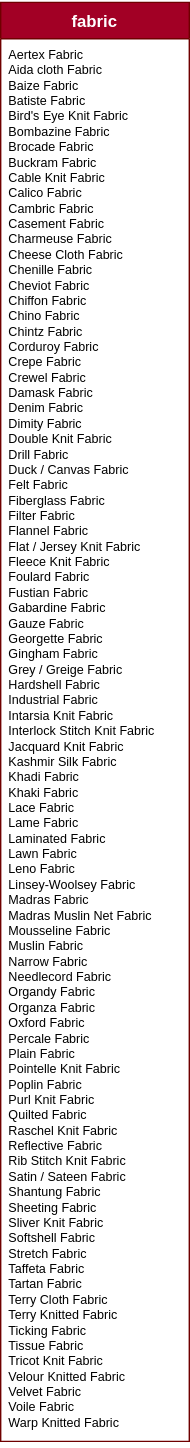
This is figures/fabric_class.svg from morawi/ddoif, a draw.io export, as it was before one commit. Source tidied: cells renumbered, new cells last; positions are measured from the earlier drawing's top-left corner, leaving out a move shared by most shapes. Source of this version:
```xml
<mxGraphModel>
  <root>
    <mxCell id="0" />
    <mxCell id="1" parent="0" />
    <mxCell id="2" value="fabric" style="swimlane;fontStyle=1;align=center;verticalAlign=top;horizontal=1;startSize=26;rounded=0;shadow=0;strokeWidth=1;fillColor=#a20025;strokeColor=#6F0000;fontColor=#ffffff;" parent="1" vertex="1">
      <mxGeometry width="135" height="1030" as="geometry" />
    </mxCell>
    <mxCell id="3" value="Aertex Fabric&#10;Aida cloth Fabric&#10;Baize Fabric&#10;Batiste Fabric&#10;Bird's Eye Knit Fabric&#10;Bombazine Fabric&#10;Brocade Fabric&#10;Buckram Fabric&#10;Cable Knit Fabric&#10;Calico Fabric&#10;Cambric Fabric&#10;Casement Fabric&#10;Charmeuse Fabric&#10;Cheese Cloth Fabric&#10;Chenille Fabric&#10;Cheviot Fabric&#10;Chiffon Fabric&#10;Chino Fabric&#10;Chintz Fabric&#10;Corduroy Fabric&#10;Crepe Fabric&#10;Crewel Fabric&#10;Damask Fabric&#10;Denim Fabric&#10;Dimity Fabric&#10;Double Knit Fabric&#10;Drill Fabric&#10;Duck / Canvas Fabric&#10;Felt Fabric&#10;Fiberglass Fabric&#10;Filter Fabric&#10;Flannel Fabric&#10;Flat / Jersey Knit Fabric&#10;Fleece Knit Fabric&#10;Foulard Fabric&#10;Fustian Fabric&#10;Gabardine Fabric&#10;Gauze Fabric&#10;Georgette Fabric&#10;Gingham Fabric&#10;Grey / Greige Fabric&#10;Hardshell Fabric&#10;Industrial Fabric&#10;Intarsia Knit Fabric&#10;Interlock Stitch Knit Fabric&#10;Jacquard Knit Fabric&#10;Kashmir Silk Fabric&#10;Khadi Fabric&#10;Khaki Fabric&#10;Lace Fabric&#10;Lame Fabric&#10;Laminated Fabric&#10;Lawn Fabric&#10;Leno Fabric&#10;Linsey-Woolsey Fabric&#10;Madras Fabric&#10;Madras Muslin Net Fabric&#10;Mousseline Fabric&#10;Muslin Fabric&#10;Narrow Fabric&#10;Needlecord Fabric&#10;Organdy Fabric&#10;Organza Fabric&#10;Oxford Fabric&#10;Percale Fabric&#10;Plain Fabric&#10;Pointelle Knit Fabric&#10;Poplin Fabric&#10;Purl Knit Fabric&#10;Quilted Fabric&#10;Raschel Knit Fabric&#10;Reflective Fabric&#10;Rib Stitch Knit Fabric&#10;Satin / Sateen Fabric&#10;Shantung Fabric&#10;Sheeting Fabric&#10;Sliver Knit Fabric&#10;Softshell Fabric&#10;Stretch Fabric&#10;Taffeta Fabric&#10;Tartan Fabric&#10;Terry Cloth Fabric&#10;Terry Knitted Fabric&#10;Ticking Fabric&#10;Tissue Fabric&#10;Tricot Knit Fabric&#10;Velour Knitted Fabric&#10;Velvet Fabric&#10;Voile Fabric&#10;Warp Knitted Fabric" style="text;align=left;verticalAlign=top;spacingLeft=4;spacingRight=4;overflow=hidden;fontSize=9;" parent="2" vertex="1">
      <mxGeometry y="26" width="135" height="1004" as="geometry" />
    </mxCell>
  </root>
</mxGraphModel>
```
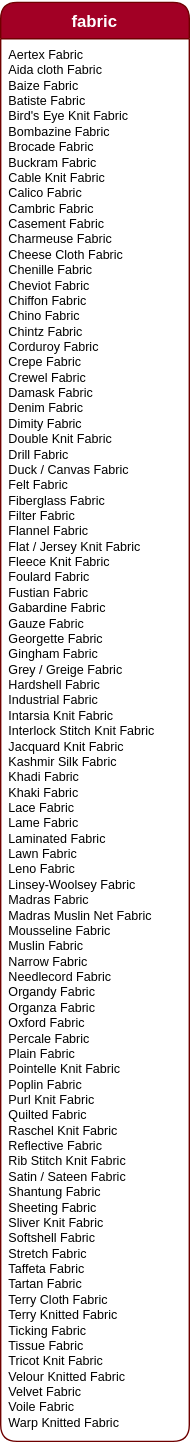
The same file after the commit.

Diff of the diagram source:
```diff
@@ -2,7 +2,7 @@
   <root>
     <mxCell id="0" />
     <mxCell id="1" parent="0" />
-    <mxCell id="2" value="fabric" style="swimlane;fontStyle=1;align=center;verticalAlign=top;horizontal=1;startSize=26;rounded=0;shadow=0;strokeWidth=1;fillColor=#a20025;strokeColor=#6F0000;fontColor=#ffffff;" parent="1" vertex="1">
+    <mxCell id="2" value="fabric" style="swimlane;fontStyle=1;align=center;verticalAlign=top;horizontal=1;startSize=26;rounded=1;shadow=0;strokeWidth=1;fillColor=#a20025;strokeColor=#6F0000;fontColor=#ffffff;" parent="1" vertex="1">
       <mxGeometry width="135" height="1030" as="geometry" />
     </mxCell>
     <mxCell id="3" value="Aertex Fabric&#10;Aida cloth Fabric&#10;Baize Fabric&#10;Batiste Fabric&#10;Bird's Eye Knit Fabric&#10;Bombazine Fabric&#10;Brocade Fabric&#10;Buckram Fabric&#10;Cable Knit Fabric&#10;Calico Fabric&#10;Cambric Fabric&#10;Casement Fabric&#10;Charmeuse Fabric&#10;Cheese Cloth Fabric&#10;Chenille Fabric&#10;Cheviot Fabric&#10;Chiffon Fabric&#10;Chino Fabric&#10;Chintz Fabric&#10;Corduroy Fabric&#10;Crepe Fabric&#10;Crewel Fabric&#10;Damask Fabric&#10;Denim Fabric&#10;Dimity Fabric&#10;Double Knit Fabric&#10;Drill Fabric&#10;Duck / Canvas Fabric&#10;Felt Fabric&#10;Fiberglass Fabric&#10;Filter Fabric&#10;Flannel Fabric&#10;Flat / Jersey Knit Fabric&#10;Fleece Knit Fabric&#10;Foulard Fabric&#10;Fustian Fabric&#10;Gabardine Fabric&#10;Gauze Fabric&#10;Georgette Fabric&#10;Gingham Fabric&#10;Grey / Greige Fabric&#10;Hardshell Fabric&#10;Industrial Fabric&#10;Intarsia Knit Fabric&#10;Interlock Stitch Knit Fabric&#10;Jacquard Knit Fabric&#10;Kashmir Silk Fabric&#10;Khadi Fabric&#10;Khaki Fabric&#10;Lace Fabric&#10;Lame Fabric&#10;Laminated Fabric&#10;Lawn Fabric&#10;Leno Fabric&#10;Linsey-Woolsey Fabric&#10;Madras Fabric&#10;Madras Muslin Net Fabric&#10;Mousseline Fabric&#10;Muslin Fabric&#10;Narrow Fabric&#10;Needlecord Fabric&#10;Organdy Fabric&#10;Organza Fabric&#10;Oxford Fabric&#10;Percale Fabric&#10;Plain Fabric&#10;Pointelle Knit Fabric&#10;Poplin Fabric&#10;Purl Knit Fabric&#10;Quilted Fabric&#10;Raschel Knit Fabric&#10;Reflective Fabric&#10;Rib Stitch Knit Fabric&#10;Satin / Sateen Fabric&#10;Shantung Fabric&#10;Sheeting Fabric&#10;Sliver Knit Fabric&#10;Softshell Fabric&#10;Stretch Fabric&#10;Taffeta Fabric&#10;Tartan Fabric&#10;Terry Cloth Fabric&#10;Terry Knitted Fabric&#10;Ticking Fabric&#10;Tissue Fabric&#10;Tricot Knit Fabric&#10;Velour Knitted Fabric&#10;Velvet Fabric&#10;Voile Fabric&#10;Warp Knitted Fabric" style="text;align=left;verticalAlign=top;spacingLeft=4;spacingRight=4;overflow=hidden;fontSize=9;" parent="2" vertex="1">
```
